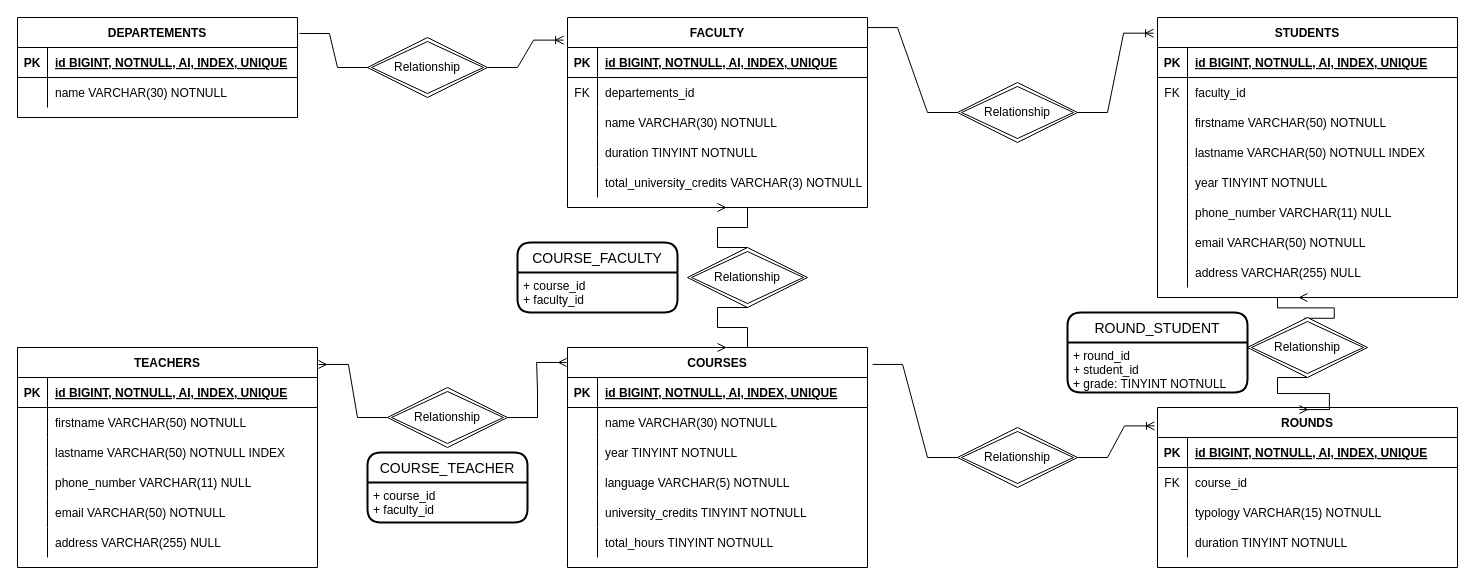
The draw.io diagram structure.drawio in MirkOrlando/db-university, before the edit. Source tidied: cells renumbered, new cells numbered last; positions are measured from the earlier drawing's top-left corner, leaving out a move shared by most shapes. Both pictures are drawn from the tidied source at 100%, with x=0, y=0 at pixel (17, 17).
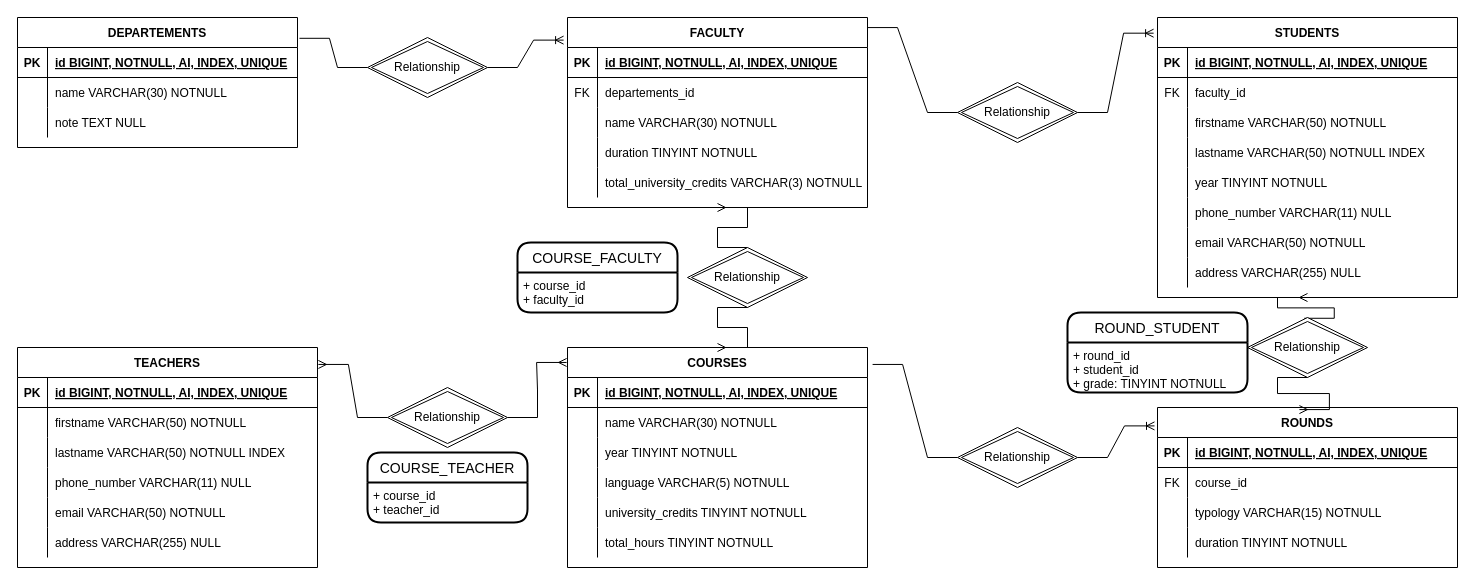
Above is the later version.

Unchanged cells that the change refers to:
```xml
<mxCell id="123" value="COURSE_TEACHER" style="swimlane;horizontal=1;startSize=30;rounded=1;fontSize=14;fontStyle=0;strokeWidth=2;shadow=0;dashed=0;align=center;" parent="1" vertex="1">
  <mxGeometry x="350" y="435" width="160" height="70" as="geometry" />
</mxCell>
```

The edit, as a diff of the source:
```diff
@@
     <mxCell id="2" value="DEPARTEMENTS" style="shape=table;startSize=30;childLayout=tableLayout;rowLines=0;fontStyle=1;align=center;" parent="1" vertex="1">
-      <mxGeometry width="280" height="100" as="geometry" />
+      <mxGeometry width="280" height="130" as="geometry" />
     </mxCell>
@@
+    <mxCell id="125" style="shape=partialRectangle;fillColor=none;top=0;left=0;right=0;bottom=0;" parent="2" vertex="1">
+      <mxGeometry y="60" width="280" height="30" as="geometry" />
+    </mxCell>
+    <mxCell id="126" style="shape=partialRectangle;overflow=hidden;fillColor=none;top=0;left=0;bottom=0;right=0;" parent="125" vertex="1">
+      <mxGeometry width="30" height="30" as="geometry" />
+    </mxCell>
+    <mxCell id="127" value="name VARCHAR(30) NOTNULL" style="shape=partialRectangle;overflow=hidden;fillColor=none;top=0;left=0;bottom=0;right=0;align=left;spacingLeft=6;" parent="125" vertex="1">
+      <mxGeometry x="30" width="250" height="30" as="geometry" />
+    </mxCell>
     <mxCell id="6" style="shape=partialRectangle;fillColor=none;top=0;left=0;right=0;bottom=0;" parent="2" vertex="1">
-      <mxGeometry y="60" width="280" height="30" as="geometry" />
+      <mxGeometry y="90" width="280" height="30" as="geometry" />
     </mxCell>
@@
-    <mxCell id="8" value="name VARCHAR(30) NOTNULL" style="shape=partialRectangle;overflow=hidden;fillColor=none;top=0;left=0;bottom=0;right=0;align=left;spacingLeft=6;" parent="6" vertex="1">
+    <mxCell id="8" value="note TEXT NULL" style="shape=partialRectangle;overflow=hidden;fillColor=none;top=0;left=0;bottom=0;right=0;align=left;spacingLeft=6;" parent="6" vertex="1">
       <mxGeometry x="30" width="250" height="30" as="geometry" />
     </mxCell>
@@
-    <mxCell id="124" value="+ course_id&#10;+ faculty_id" style="align=left;strokeColor=none;fillColor=none;spacingLeft=4;fontSize=12;verticalAlign=top;" parent="123" vertex="1">
+    <mxCell id="124" value="+ course_id&#10;+ teacher_id" style="align=left;strokeColor=none;fillColor=none;spacingLeft=4;fontSize=12;verticalAlign=top;" parent="123" vertex="1">
       <mxGeometry y="30" width="160" height="40" as="geometry" />
     </mxCell>
```
